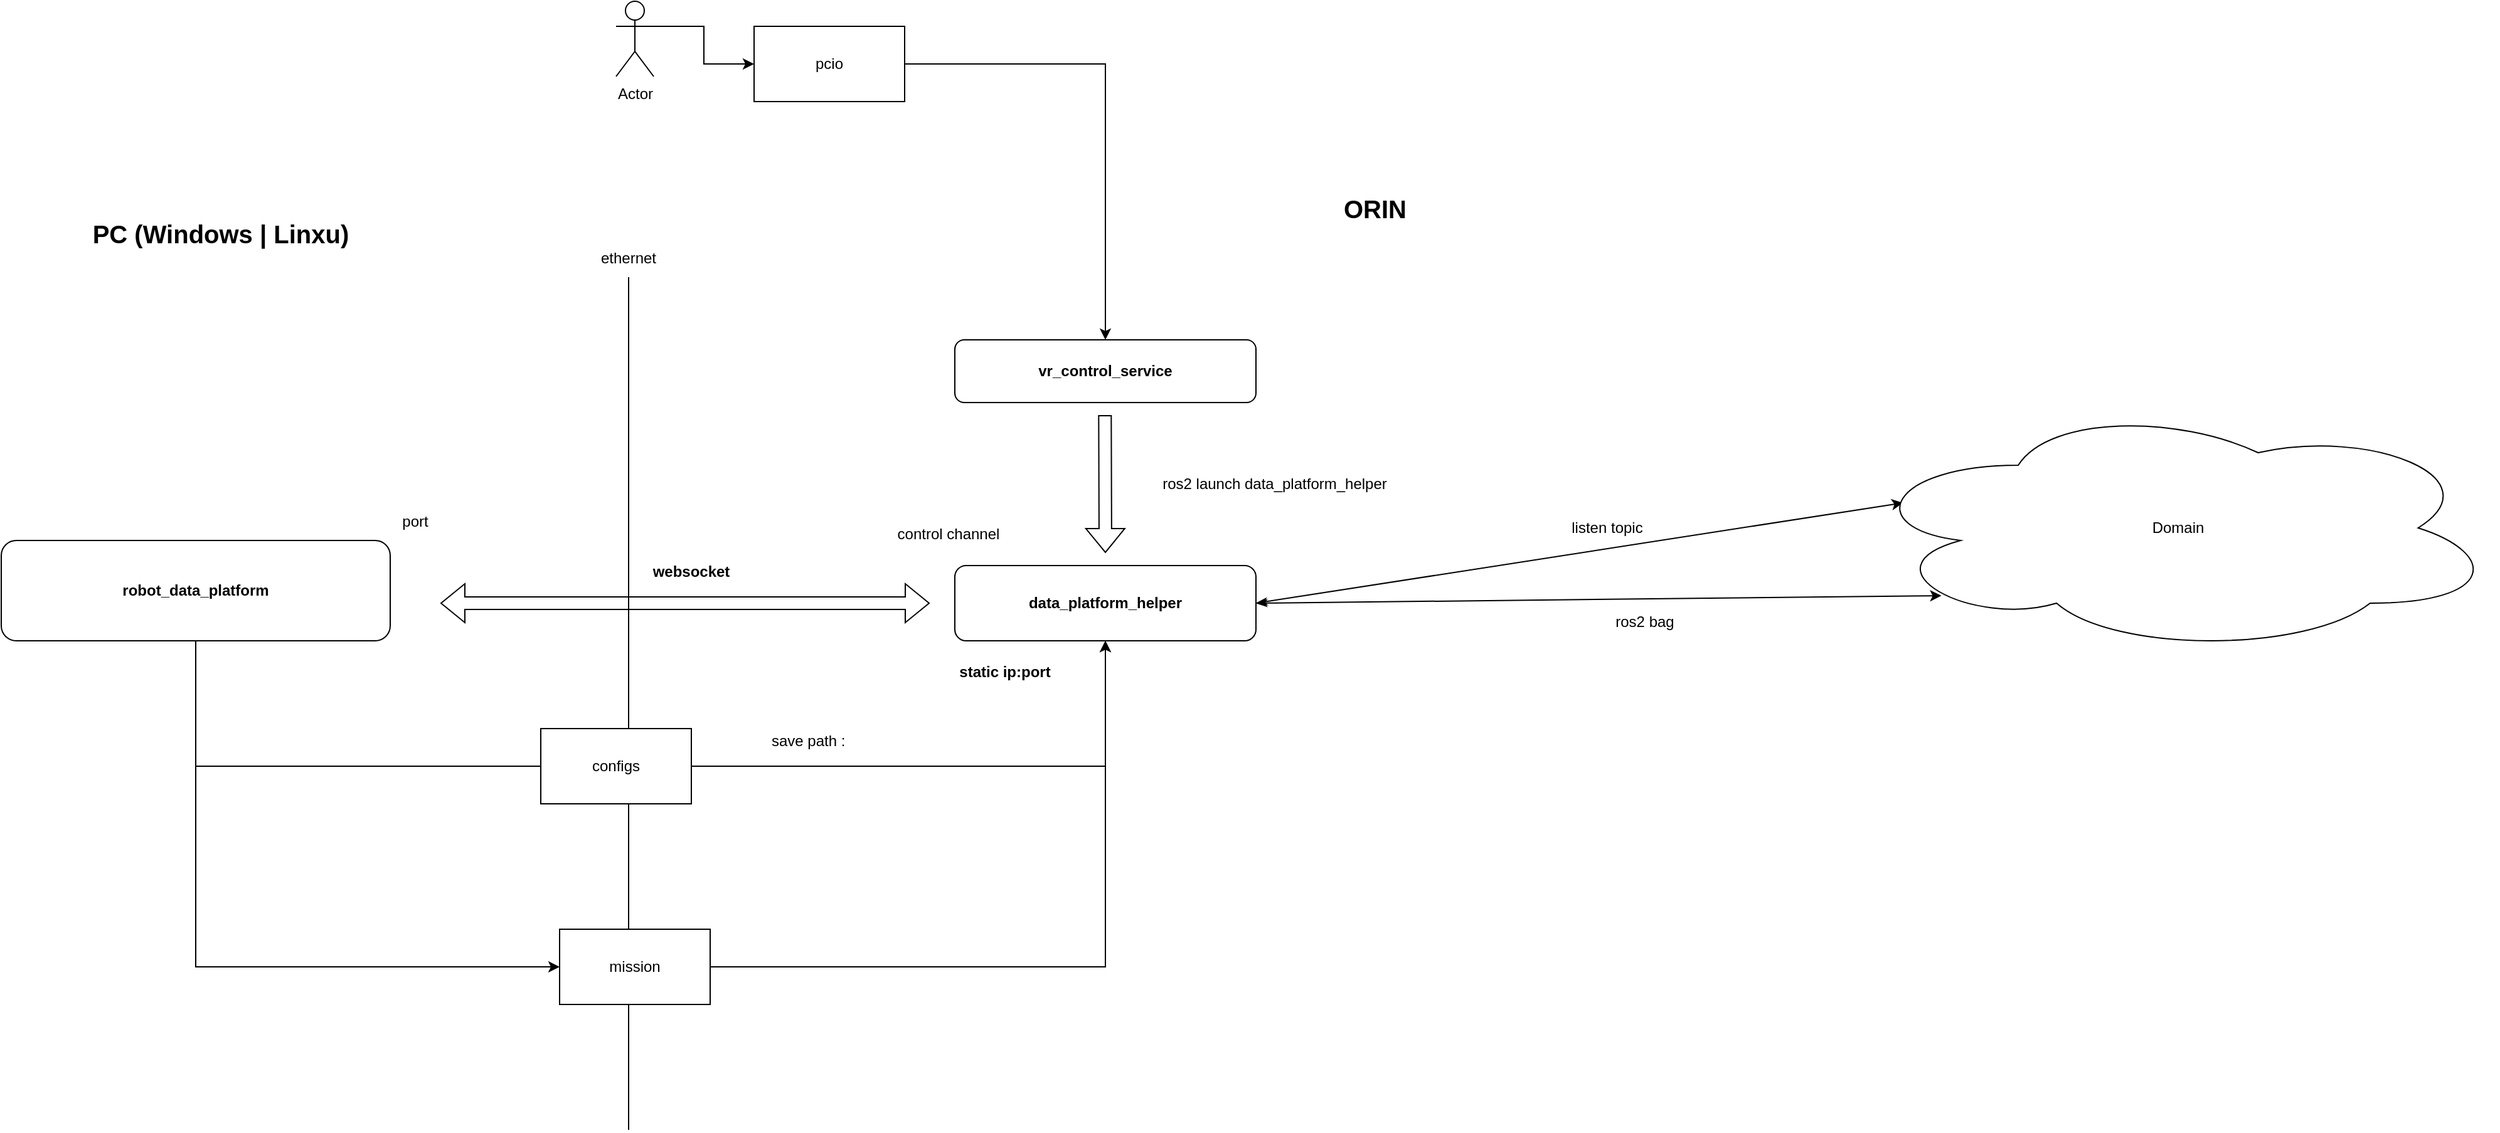
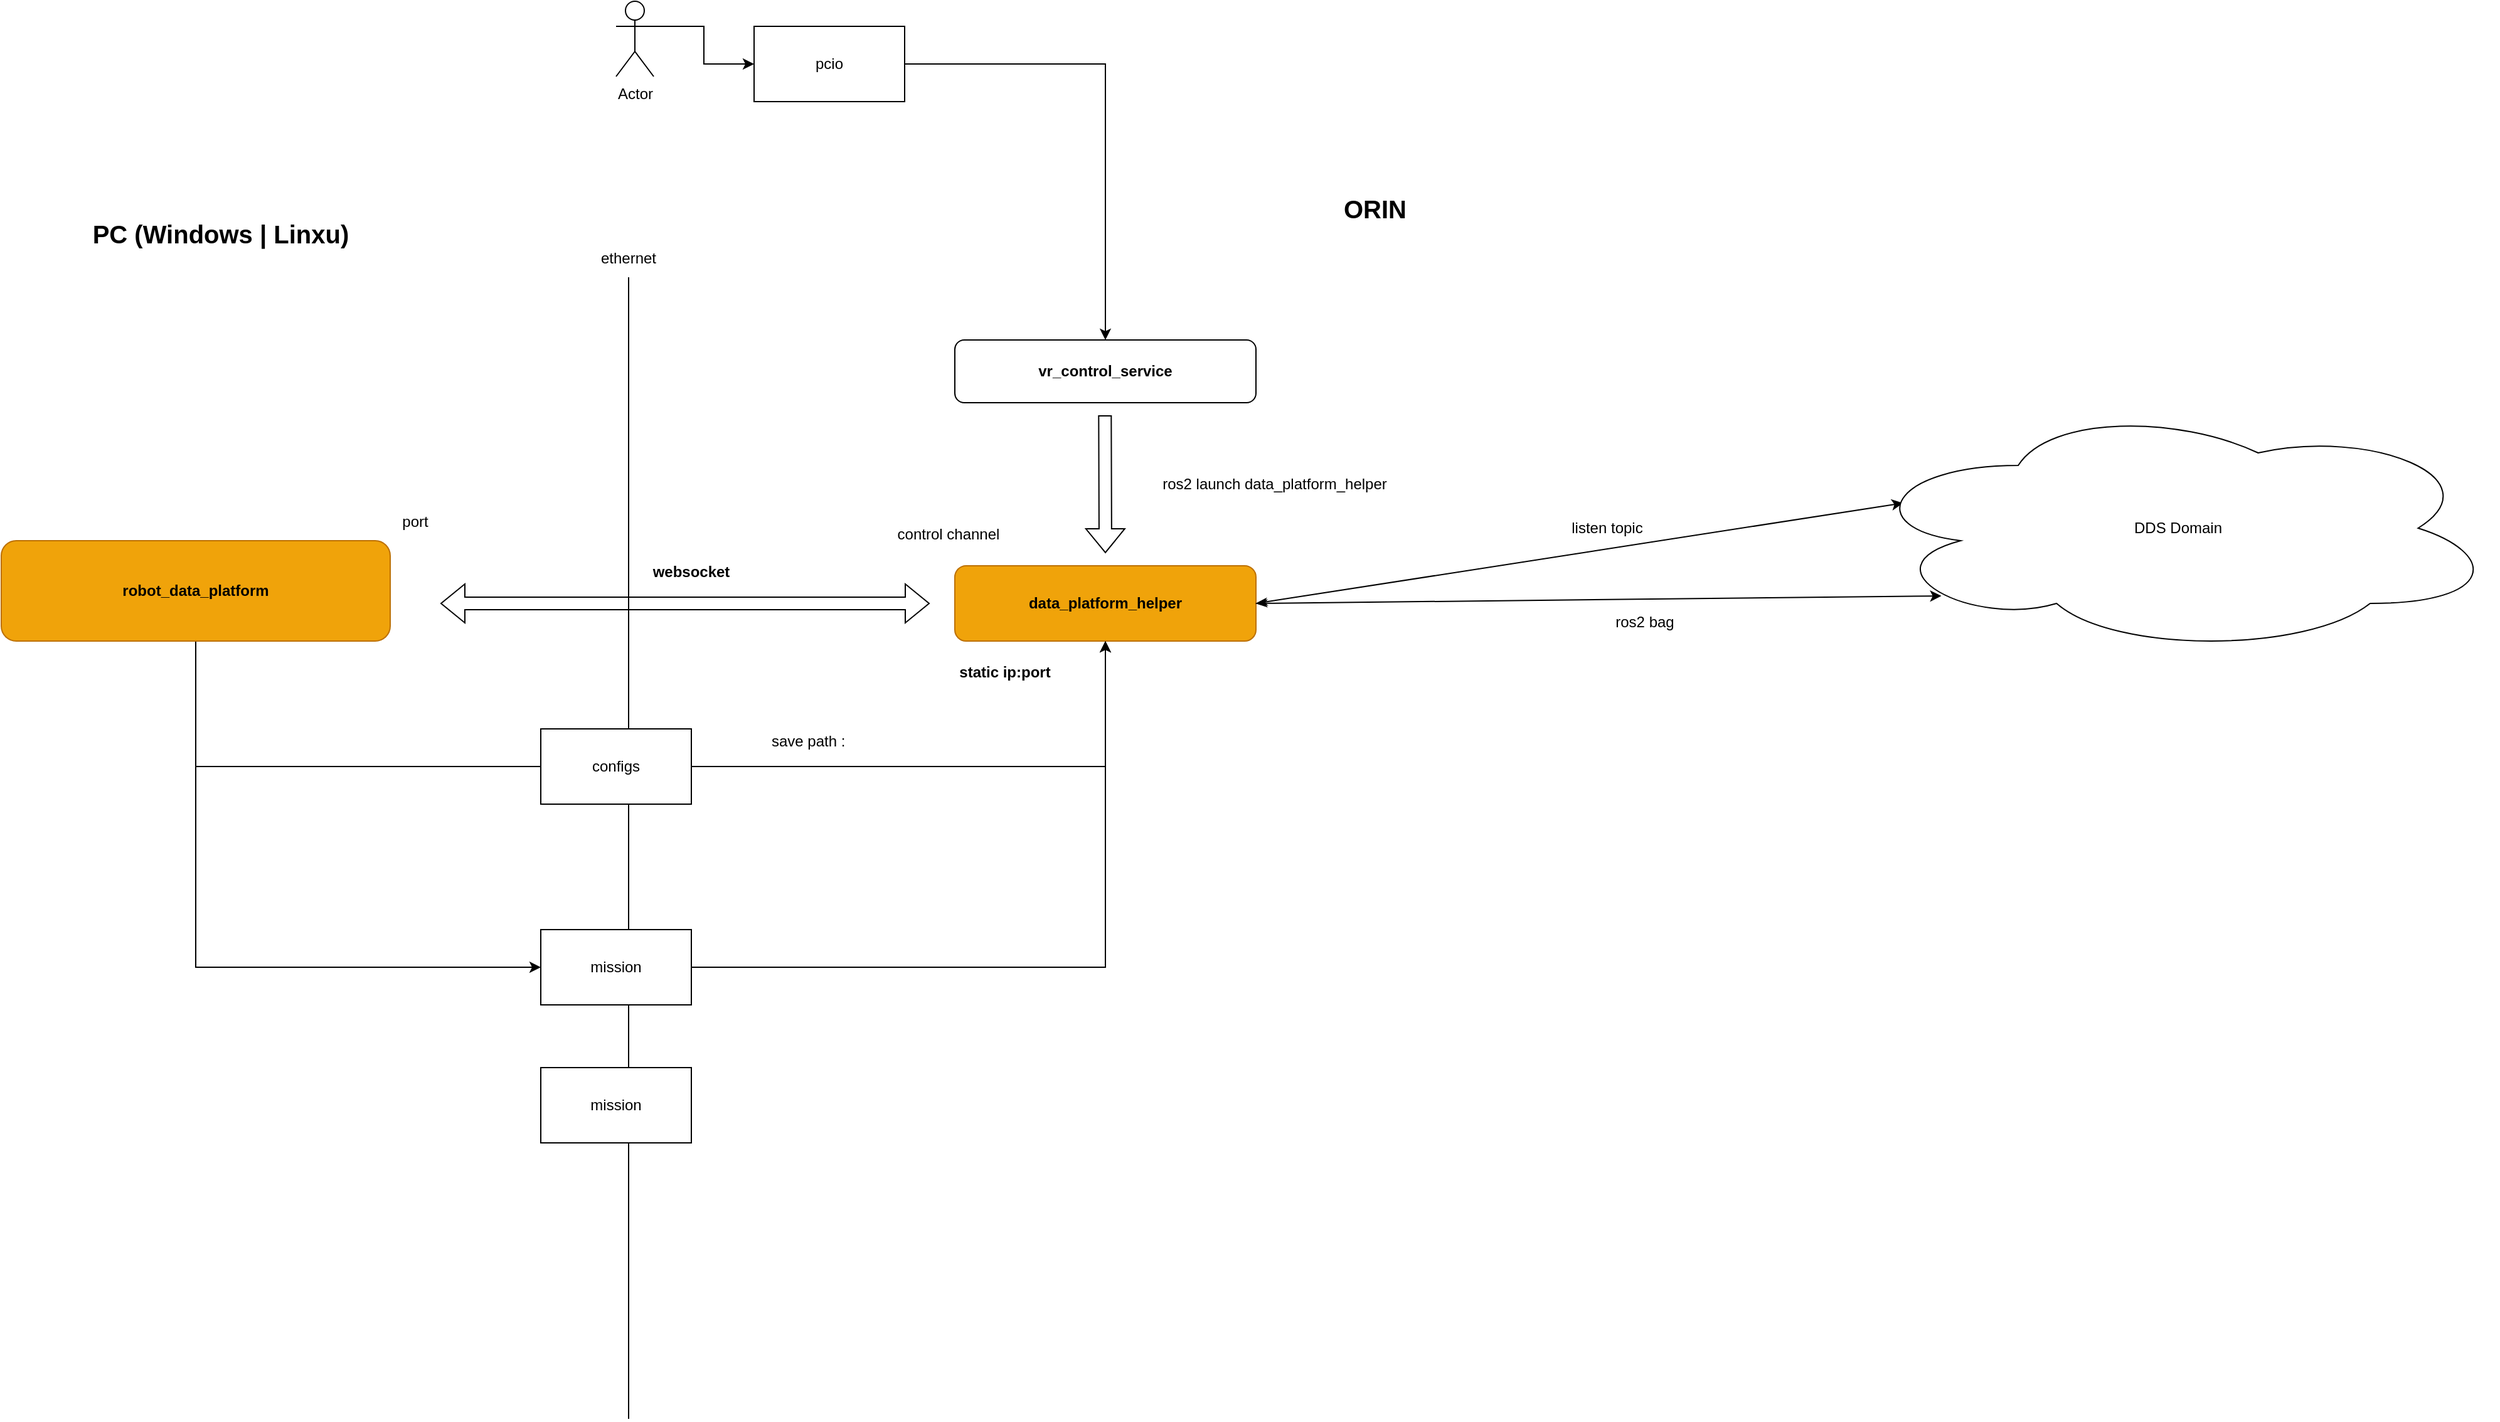
<mxfile host="app.diagrams.net" pages="2">
  <diagram name="第 1 页" id="ybuJFLsuspTRZjUBc2Sj">
-     <mxGraphModel dx="3151" dy="1234" grid="1" gridSize="10" guides="1" tooltips="1" connect="1" arrows="1" fold="1" page="1" pageScale="1" pageWidth="827" pageHeight="1169" math="0" shadow="0">
+     <mxGraphModel dx="2183" dy="720" grid="1" gridSize="10" guides="1" tooltips="1" connect="1" arrows="1" fold="1" page="1" pageScale="1" pageWidth="827" pageHeight="1169" math="0" shadow="0">
      <root>
        <mxCell id="0" />
        <mxCell id="1" parent="0" />
        <mxCell id="PG_7JgB4xY41xIrBQNpI-2" parent="1" style="text;html=1;whiteSpace=wrap;strokeColor=none;fillColor=none;align=center;verticalAlign=middle;rounded=0;fontStyle=1;fontSize=20;" value="ORIN" vertex="1">
          <mxGeometry height="50" width="250" x="640" y="150" as="geometry" />
        </mxCell>
        <mxCell id="PG_7JgB4xY41xIrBQNpI-3" edge="1" parent="1" style="endArrow=none;html=1;rounded=0;" value="">
          <mxGeometry height="50" relative="1" width="50" as="geometry">
-             <mxPoint x="170" y="910" as="sourcePoint" />
+             <mxPoint x="170" y="1140" as="sourcePoint" />
            <mxPoint x="170" y="230" as="targetPoint" />
          </mxGeometry>
        </mxCell>
-         <mxCell id="PG_7JgB4xY41xIrBQNpI-4" parent="1" style="rounded=1;whiteSpace=wrap;html=1;fontStyle=1" value="data_platform_helper" vertex="1">
+         <mxCell id="PG_7JgB4xY41xIrBQNpI-4" parent="1" style="rounded=1;whiteSpace=wrap;html=1;fontStyle=1;fillColor=#f0a30a;fontColor=#000000;strokeColor=#BD7000;" value="data_platform_helper" vertex="1">
          <mxGeometry height="60" width="240" x="430" y="460" as="geometry" />
        </mxCell>
        <mxCell id="PG_7JgB4xY41xIrBQNpI-6" parent="1" style="rounded=1;whiteSpace=wrap;html=1;fontStyle=1" value="vr_control_service" vertex="1">
          <mxGeometry height="50" width="240" x="430" y="280" as="geometry" />
        </mxCell>
        <mxCell id="PG_7JgB4xY41xIrBQNpI-26" edge="1" parent="1" source="PG_7JgB4xY41xIrBQNpI-7" style="edgeStyle=orthogonalEdgeStyle;rounded=0;orthogonalLoop=1;jettySize=auto;html=1;exitX=0.5;exitY=1;exitDx=0;exitDy=0;entryX=0.5;entryY=1;entryDx=0;entryDy=0;" target="PG_7JgB4xY41xIrBQNpI-4">
          <mxGeometry relative="1" as="geometry">
            <Array as="points">
              <mxPoint x="-175" y="620" />
              <mxPoint x="550" y="620" />
            </Array>
            <mxPoint x="380" y="730" as="targetPoint" />
          </mxGeometry>
        </mxCell>
        <mxCell id="PG_7JgB4xY41xIrBQNpI-33" edge="1" parent="1" source="PG_7JgB4xY41xIrBQNpI-7" style="edgeStyle=orthogonalEdgeStyle;rounded=0;orthogonalLoop=1;jettySize=auto;html=1;exitX=0.5;exitY=1;exitDx=0;exitDy=0;entryX=0;entryY=0.5;entryDx=0;entryDy=0;" target="PG_7JgB4xY41xIrBQNpI-32">
          <mxGeometry relative="1" as="geometry" />
        </mxCell>
-         <mxCell id="PG_7JgB4xY41xIrBQNpI-7" parent="1" style="rounded=1;whiteSpace=wrap;html=1;fontStyle=1" value="robot_data_platform" vertex="1">
+         <mxCell id="PG_7JgB4xY41xIrBQNpI-7" parent="1" style="rounded=1;whiteSpace=wrap;html=1;fontStyle=1;fillColor=#f0a30a;fontColor=#000000;strokeColor=#BD7000;" value="robot_data_platform" vertex="1">
          <mxGeometry height="80" width="310" x="-330" y="440" as="geometry" />
        </mxCell>
        <mxCell id="PG_7JgB4xY41xIrBQNpI-8" parent="1" style="text;html=1;whiteSpace=wrap;strokeColor=none;fillColor=none;align=center;verticalAlign=middle;rounded=0;fontStyle=1;fontSize=20;" value="PC (Windows | Linxu)" vertex="1">
          <mxGeometry height="50" width="250" x="-280" y="170" as="geometry" />
        </mxCell>
        <mxCell id="PG_7JgB4xY41xIrBQNpI-10" edge="1" parent="1" style="shape=flexArrow;endArrow=classic;startArrow=classic;html=1;rounded=0;" value="">
          <mxGeometry height="100" relative="1" width="100" as="geometry">
            <mxPoint x="20" y="490" as="sourcePoint" />
            <mxPoint x="410" y="490" as="targetPoint" />
          </mxGeometry>
        </mxCell>
        <mxCell id="PG_7JgB4xY41xIrBQNpI-12" edge="1" parent="1" style="shape=flexArrow;endArrow=classic;html=1;rounded=0;" value="">
          <mxGeometry height="50" relative="1" width="50" as="geometry">
            <mxPoint x="549.66" y="340" as="sourcePoint" />
            <mxPoint x="550" y="450" as="targetPoint" />
          </mxGeometry>
        </mxCell>
        <mxCell id="PG_7JgB4xY41xIrBQNpI-13" parent="1" style="text;html=1;whiteSpace=wrap;strokeColor=none;fillColor=none;align=center;verticalAlign=middle;rounded=0;fontStyle=1" value="websocket" vertex="1">
          <mxGeometry height="30" width="80" x="180" y="450" as="geometry" />
        </mxCell>
        <mxCell id="PG_7JgB4xY41xIrBQNpI-14" parent="1" style="text;html=1;whiteSpace=wrap;strokeColor=none;fillColor=none;align=center;verticalAlign=middle;rounded=0;" value="ethernet" vertex="1">
          <mxGeometry height="30" width="60" x="140" y="200" as="geometry" />
        </mxCell>
        <mxCell id="PG_7JgB4xY41xIrBQNpI-18" edge="1" parent="1" source="PG_7JgB4xY41xIrBQNpI-15" style="edgeStyle=orthogonalEdgeStyle;rounded=0;orthogonalLoop=1;jettySize=auto;html=1;exitX=1;exitY=0.3333333333333333;exitDx=0;exitDy=0;exitPerimeter=0;entryX=0;entryY=0.5;entryDx=0;entryDy=0;" target="PG_7JgB4xY41xIrBQNpI-16">
          <mxGeometry relative="1" as="geometry" />
        </mxCell>
        <mxCell id="PG_7JgB4xY41xIrBQNpI-15" parent="1" style="shape=umlActor;verticalLabelPosition=bottom;verticalAlign=top;html=1;outlineConnect=0;" value="Actor" vertex="1">
          <mxGeometry height="60" width="30" x="160" y="10" as="geometry" />
        </mxCell>
        <mxCell id="PG_7JgB4xY41xIrBQNpI-19" edge="1" parent="1" source="PG_7JgB4xY41xIrBQNpI-16" style="edgeStyle=orthogonalEdgeStyle;rounded=0;orthogonalLoop=1;jettySize=auto;html=1;exitX=1;exitY=0.5;exitDx=0;exitDy=0;entryX=0.5;entryY=0;entryDx=0;entryDy=0;" target="PG_7JgB4xY41xIrBQNpI-6">
          <mxGeometry relative="1" as="geometry" />
        </mxCell>
        <mxCell id="PG_7JgB4xY41xIrBQNpI-16" parent="1" style="whiteSpace=wrap;html=1;" value="pcio" vertex="1">
          <mxGeometry height="60" width="120" x="270" y="30" as="geometry" />
        </mxCell>
        <mxCell id="PG_7JgB4xY41xIrBQNpI-20" parent="1" style="text;html=1;whiteSpace=wrap;strokeColor=none;fillColor=none;align=center;verticalAlign=middle;rounded=0;" value="ros2 launch data_platform_helper" vertex="1">
          <mxGeometry height="30" width="230" x="570" y="380" as="geometry" />
        </mxCell>
        <mxCell id="PG_7JgB4xY41xIrBQNpI-21" parent="1" style="text;html=1;whiteSpace=wrap;strokeColor=none;fillColor=none;align=center;verticalAlign=middle;rounded=0;" value="control channel" vertex="1">
          <mxGeometry height="30" width="110" x="370" y="420" as="geometry" />
        </mxCell>
        <mxCell id="PG_7JgB4xY41xIrBQNpI-22" parent="1" style="text;html=1;whiteSpace=wrap;strokeColor=none;fillColor=none;align=center;verticalAlign=middle;rounded=0;" value="port" vertex="1">
          <mxGeometry height="30" width="60" x="-30" y="410" as="geometry" />
        </mxCell>
        <mxCell id="PG_7JgB4xY41xIrBQNpI-23" parent="1" style="text;html=1;whiteSpace=wrap;strokeColor=none;fillColor=none;align=center;verticalAlign=middle;rounded=0;fontStyle=1" value="static ip:port" vertex="1">
          <mxGeometry height="30" width="100" x="420" y="530" as="geometry" />
        </mxCell>
        <mxCell id="PG_7JgB4xY41xIrBQNpI-25" parent="1" style="whiteSpace=wrap;html=1;" value="configs" vertex="1">
          <mxGeometry height="60" width="120" x="100" y="590" as="geometry" />
        </mxCell>
        <mxCell id="PG_7JgB4xY41xIrBQNpI-28" edge="1" parent="1" source="PG_7JgB4xY41xIrBQNpI-4" style="endArrow=classic;html=1;rounded=0;exitX=1;exitY=0.5;exitDx=0;exitDy=0;entryX=0.07;entryY=0.4;entryDx=0;entryDy=0;entryPerimeter=0;startArrow=classicThin;startFill=1;" target="PG_7JgB4xY41xIrBQNpI-31" value="">
          <mxGeometry height="50" relative="1" width="50" as="geometry">
            <mxPoint x="740" y="570" as="sourcePoint" />
            <mxPoint x="940" y="490" as="targetPoint" />
          </mxGeometry>
        </mxCell>
        <mxCell id="PG_7JgB4xY41xIrBQNpI-29" parent="1" style="text;html=1;whiteSpace=wrap;strokeColor=none;fillColor=none;align=center;verticalAlign=middle;rounded=0;" value="listen topic" vertex="1">
          <mxGeometry height="30" width="60" x="920" y="415" as="geometry" />
        </mxCell>
-         <mxCell id="PG_7JgB4xY41xIrBQNpI-31" parent="1" style="ellipse;shape=cloud;whiteSpace=wrap;html=1;align=center;" value="Domain" vertex="1">
+         <mxCell id="PG_7JgB4xY41xIrBQNpI-31" parent="1" style="ellipse;shape=cloud;whiteSpace=wrap;html=1;align=center;" value="DDS Domain" vertex="1">
          <mxGeometry height="200" width="510" x="1150" y="330" as="geometry" />
        </mxCell>
        <mxCell id="PG_7JgB4xY41xIrBQNpI-34" edge="1" parent="1" source="PG_7JgB4xY41xIrBQNpI-32" style="edgeStyle=orthogonalEdgeStyle;rounded=0;orthogonalLoop=1;jettySize=auto;html=1;exitX=1;exitY=0.5;exitDx=0;exitDy=0;entryX=0.5;entryY=1;entryDx=0;entryDy=0;" target="PG_7JgB4xY41xIrBQNpI-4">
          <mxGeometry relative="1" as="geometry" />
        </mxCell>
        <mxCell id="PG_7JgB4xY41xIrBQNpI-32" parent="1" style="rounded=0;whiteSpace=wrap;html=1;" value="mission" vertex="1">
-           <mxGeometry height="60" width="120" x="115" y="750" as="geometry" />
+           <mxGeometry height="60" width="120" x="100" y="750" as="geometry" />
        </mxCell>
        <mxCell id="PG_7JgB4xY41xIrBQNpI-35" edge="1" parent="1" source="PG_7JgB4xY41xIrBQNpI-4" style="endArrow=classic;html=1;rounded=0;exitX=1;exitY=0.5;exitDx=0;exitDy=0;entryX=0.13;entryY=0.77;entryDx=0;entryDy=0;entryPerimeter=0;startArrow=classicThin;startFill=1;" target="PG_7JgB4xY41xIrBQNpI-31" value="">
          <mxGeometry height="50" relative="1" width="50" as="geometry">
            <mxPoint x="810" y="570" as="sourcePoint" />
            <mxPoint x="1326" y="490" as="targetPoint" />
          </mxGeometry>
        </mxCell>
        <mxCell id="PG_7JgB4xY41xIrBQNpI-36" parent="1" style="text;html=1;whiteSpace=wrap;strokeColor=none;fillColor=none;align=center;verticalAlign=middle;rounded=0;" value="ros2 bag" vertex="1">
          <mxGeometry height="30" width="60" x="950" y="490" as="geometry" />
        </mxCell>
        <mxCell id="PG_7JgB4xY41xIrBQNpI-37" parent="1" style="text;html=1;whiteSpace=wrap;strokeColor=none;fillColor=none;align=center;verticalAlign=middle;rounded=0;" value="save path :&amp;nbsp;" vertex="1">
          <mxGeometry height="30" width="130" x="250" y="585" as="geometry" />
+         </mxCell>
+         <mxCell id="PG_7JgB4xY41xIrBQNpI-38" parent="1" style="rounded=0;whiteSpace=wrap;html=1;" value="mission" vertex="1">
+           <mxGeometry height="60" width="120" x="100" y="860" as="geometry" />
        </mxCell>
      </root>
    </mxGraphModel>
  </diagram>
  <diagram id="ERyvKfnW-TPwMhuBreaX" name="第 2 页">
    <mxGraphModel dx="1122" dy="596" grid="1" gridSize="10" guides="1" tooltips="1" connect="1" arrows="1" fold="1" page="1" pageScale="1" pageWidth="827" pageHeight="1169" math="0" shadow="0">
      <root>
        <mxCell id="0" />
        <mxCell id="1" parent="0" />
        <mxCell id="Lt_kapkQ0GCsb_hZqIK--1" parent="1" style="rounded=1;whiteSpace=wrap;html=1;" value="" vertex="1">
          <mxGeometry height="60" width="120" x="40" y="280" as="geometry" />
        </mxCell>
      </root>
    </mxGraphModel>
  </diagram>
</mxfile>
